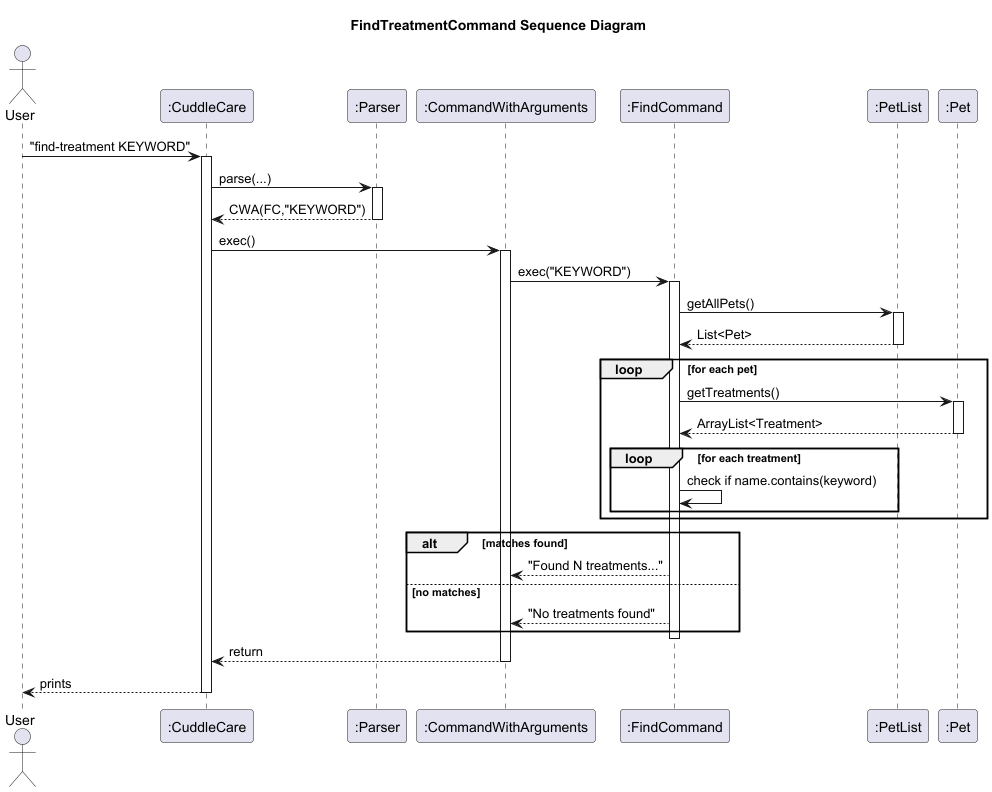
Before: docs/diagrams/FindTreatmentCommand_Sequence_Diagram.png, a diagram exported from PlantUML (Kevin88866/tp).
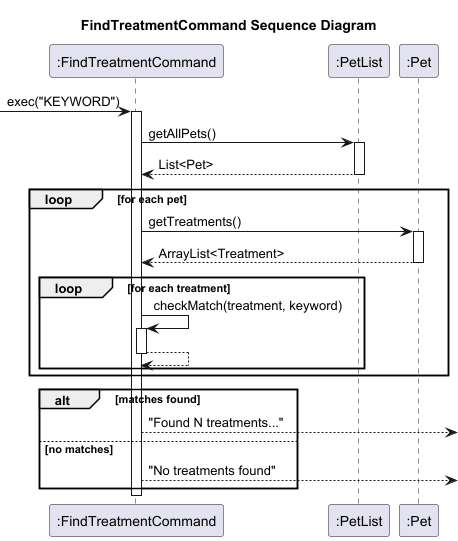
The same diagram one commit later.

Commit message:
Update Sequence diagrams in Developer Guide

Diff of the diagram source:
```diff
@@ -1,23 +1,11 @@
 @startuml
 title FindTreatmentCommand Sequence Diagram
-actor User
-participant ":CuddleCare" as CuddleCare
-participant ":Parser" as Parser
-participant ":CommandWithArguments" as CWA
-participant ":FindCommand" as FC
+
+participant ":FindTreatmentCommand" as FC
 participant ":PetList" as PetList
 participant ":Pet" as Pet
 
-User -> CuddleCare : "find-treatment KEYWORD"
-activate CuddleCare
-CuddleCare -> Parser : parse(...)
-activate Parser
-Parser --> CuddleCare : CWA(FC,"KEYWORD")
-deactivate Parser
-
-CuddleCare -> CWA : exec()
-activate CWA
-CWA -> FC : exec("KEYWORD")
+-> FC : exec("KEYWORD")
 activate FC
 
 FC -> PetList : getAllPets()
@@ -32,19 +20,19 @@
   deactivate Pet
 
   loop for each treatment
-    FC -> FC : check if name.contains(keyword)
+    FC -> FC : checkMatch(treatment, keyword)
+    activate FC
+    FC --> FC
+    deactivate FC
   end
 end
 
 alt matches found
-  FC --> CWA : "Found N treatments..."
+  FC --> : "Found N treatments..."
 else no matches
-  FC --> CWA : "No treatments found"
+  FC --> : "No treatments found"
 end
 
 deactivate FC
-CWA --> CuddleCare : return
-deactivate CWA
-CuddleCare --> User : prints
-deactivate CuddleCare
+
 @enduml
```
